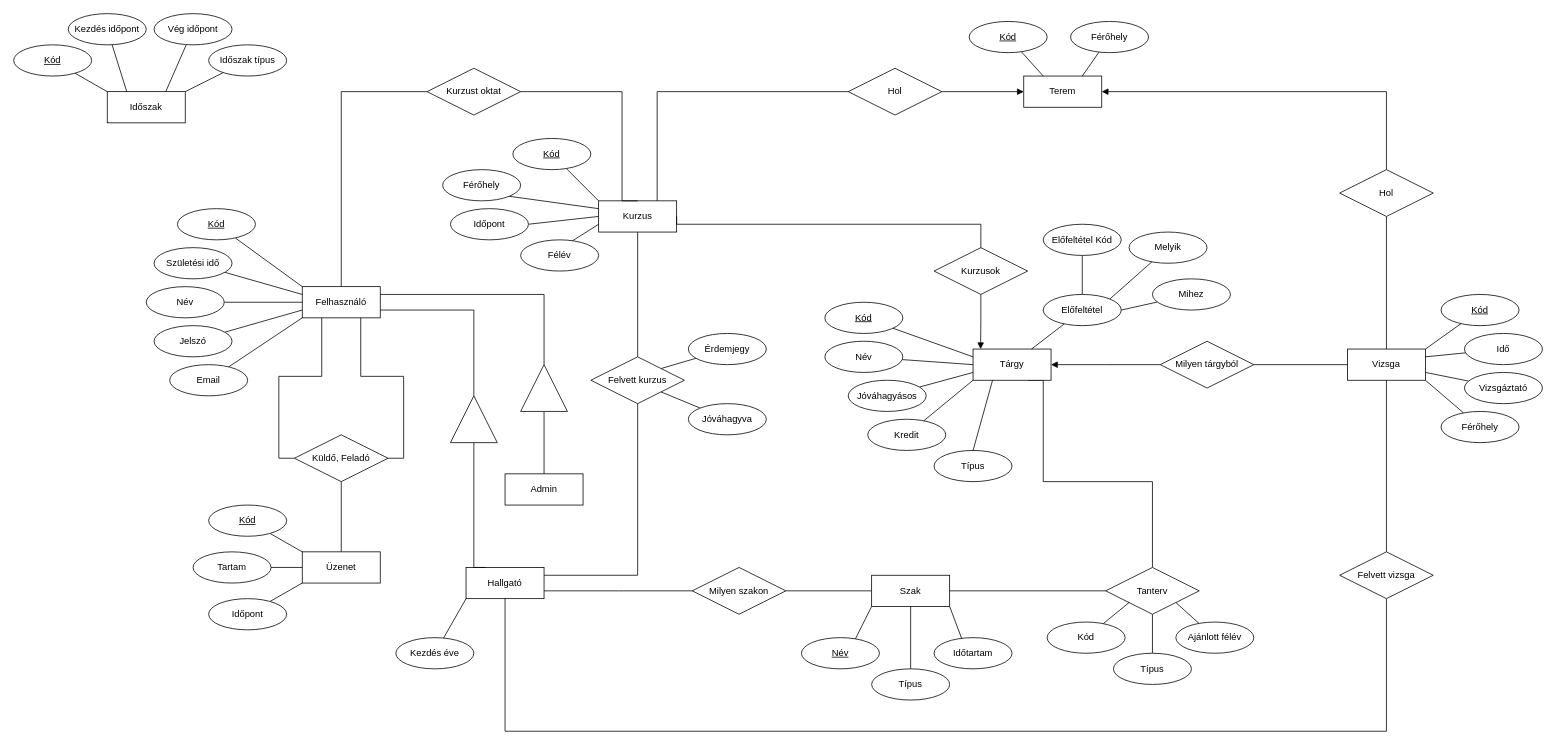
SzoDavid/murica keeps this draw.io diagram as ssadm/EK_diagram.drawio. Above is the earlier version. Source tidied: cells renumbered, new cells numbered last; positions are measured from the earlier drawing's top-left corner, leaving out a move shared by most shapes. Both pictures are drawn from the tidied source at 78%, with x=0, y=0 at pixel (13, 13).
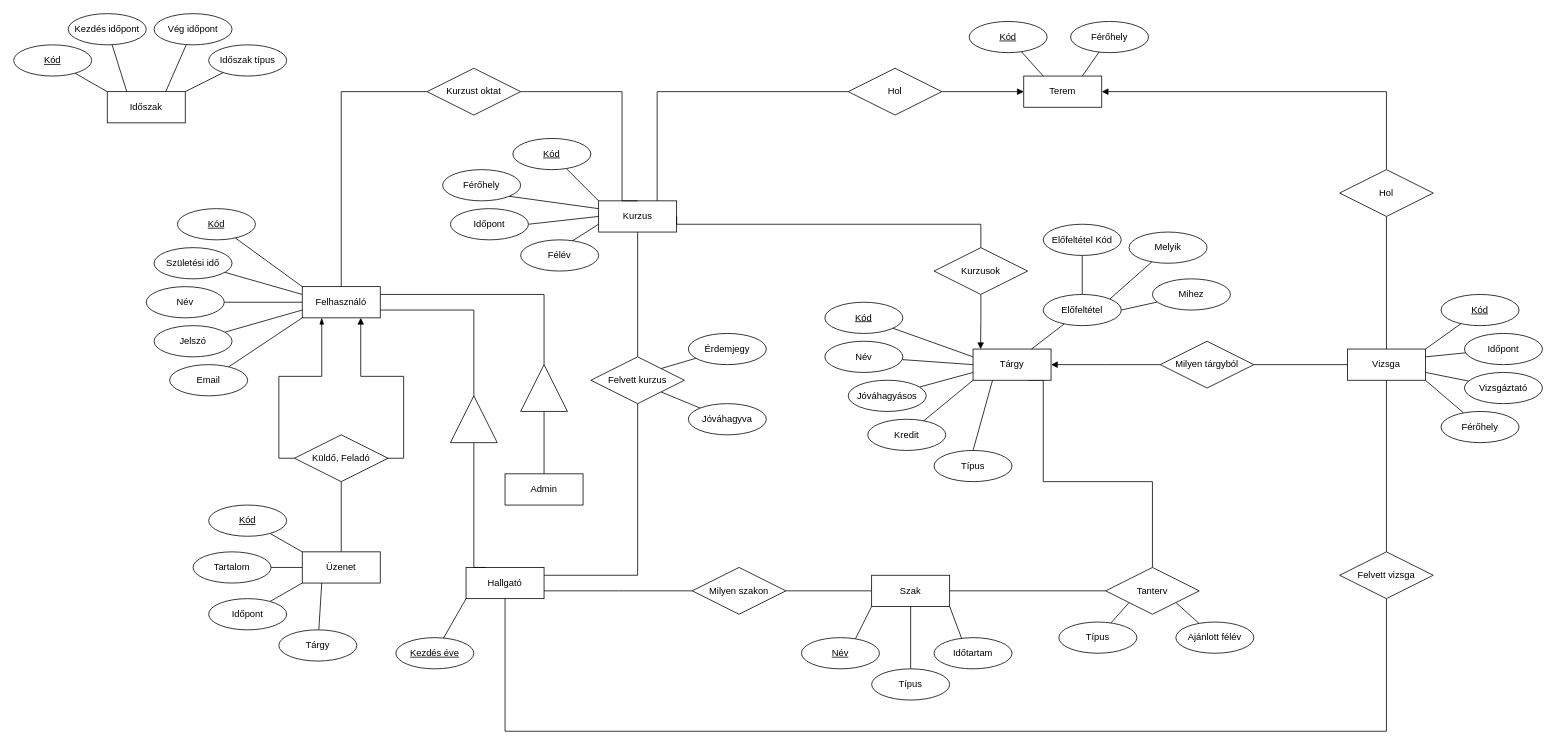
Above is the later version.

The change refers to these unchanged cells:
```xml
<mxCell id="2" value="Felhasználó" style="whiteSpace=wrap;html=1;align=center;strokeColor=default;verticalAlign=middle;fontFamily=Helvetica;fontSize=12;fontColor=default;fillColor=default;" parent="1" vertex="1">
  <mxGeometry x="370" y="350" width="100" height="40" as="geometry" />
</mxCell>
<mxCell id="99" value="Üzenet" style="whiteSpace=wrap;html=1;align=center;strokeColor=default;verticalAlign=middle;fontFamily=Helvetica;fontSize=12;fontColor=default;fillColor=default;" parent="1" vertex="1">
  <mxGeometry x="370" y="690" width="100" height="40" as="geometry" />
</mxCell>
<mxCell id="102" value="Küldő, Feladó" style="shape=rhombus;perimeter=rhombusPerimeter;whiteSpace=wrap;html=1;align=center;strokeColor=default;verticalAlign=middle;fontFamily=Helvetica;fontSize=12;fontColor=default;fillColor=default;" parent="1" vertex="1">
  <mxGeometry x="360" y="540" width="120" height="60" as="geometry" />
</mxCell>
<mxCell id="122" value="Tanterv" style="shape=rhombus;perimeter=rhombusPerimeter;whiteSpace=wrap;html=1;align=center;" parent="1" vertex="1">
  <mxGeometry x="1400" y="710" width="120" height="60" as="geometry" />
</mxCell>
```

Diff of the diagram source:
```diff
@@
-    <mxCell id="19" value="Kezdés éve" style="ellipse;whiteSpace=wrap;html=1;align=center;strokeColor=default;verticalAlign=middle;fontFamily=Helvetica;fontSize=12;fontColor=default;fillColor=default;" parent="1" vertex="1">
+    <mxCell id="19" value="Kezdés éve" style="ellipse;whiteSpace=wrap;html=1;align=center;strokeColor=default;verticalAlign=middle;fontFamily=Helvetica;fontSize=12;fontColor=default;fillColor=default;fontStyle=4;" parent="1" vertex="1">
       <mxGeometry x="490" y="800" width="100" height="40" as="geometry" />
     </mxCell>
@@
-    <mxCell id="33" style="rounded=0;jettySize=auto;html=1;entryX=0.5;entryY=1;entryDx=0;entryDy=0;fontFamily=Helvetica;fontSize=12;fontColor=default;endArrow=none;endFill=0;" parent="1" edge="1" source="34" target="122">
+    <mxCell id="33" style="rounded=0;jettySize=auto;html=1;entryX=0;entryY=1;entryDx=0;entryDy=0;fontFamily=Helvetica;fontSize=12;fontColor=default;endArrow=none;endFill=0;" parent="1" edge="1" source="34" target="122">
       <mxGeometry relative="1" as="geometry" />
     </mxCell>
     <mxCell id="34" value="Típus" style="ellipse;whiteSpace=wrap;html=1;align=center;strokeColor=default;verticalAlign=middle;fontFamily=Helvetica;fontSize=12;fontColor=default;fillColor=default;" parent="1" vertex="1">
-      <mxGeometry x="1410" y="820" width="100" height="40" as="geometry" />
+      <mxGeometry x="1340" y="780" width="100" height="40" as="geometry" />
     </mxCell>
@@
-    <mxCell id="91" value="Idő" style="ellipse;whiteSpace=wrap;html=1;align=center;strokeColor=default;verticalAlign=middle;fontFamily=Helvetica;fontSize=12;fontColor=default;fillColor=default;" parent="1" vertex="1">
+    <mxCell id="91" value="Időpont" style="ellipse;whiteSpace=wrap;html=1;align=center;strokeColor=default;verticalAlign=middle;fontFamily=Helvetica;fontSize=12;fontColor=default;fillColor=default;" parent="1" vertex="1">
       <mxGeometry x="1860" y="410" width="100" height="40" as="geometry" />
     </mxCell>
@@
-    <mxCell id="100" style="edgeStyle=orthogonalEdgeStyle;rounded=0;jettySize=auto;html=1;entryX=0.25;entryY=1;entryDx=0;entryDy=0;fontFamily=Helvetica;fontSize=12;fontColor=default;exitX=0;exitY=0.5;exitDx=0;exitDy=0;endArrow=none;endFill=0;" parent="1" edge="1" source="102" target="2">
+    <mxCell id="100" style="edgeStyle=orthogonalEdgeStyle;rounded=0;jettySize=auto;html=1;entryX=0.25;entryY=1;entryDx=0;entryDy=0;fontFamily=Helvetica;fontSize=12;fontColor=default;exitX=0;exitY=0.5;exitDx=0;exitDy=0;endArrow=blockThin;endFill=1;" parent="1" edge="1" source="102" target="2">
       <mxGeometry relative="1" as="geometry" />
     </mxCell>
-    <mxCell id="101" style="edgeStyle=orthogonalEdgeStyle;rounded=0;jettySize=auto;html=1;entryX=0.75;entryY=1;entryDx=0;entryDy=0;fontFamily=Helvetica;fontSize=12;fontColor=default;exitX=1;exitY=0.5;exitDx=0;exitDy=0;endArrow=none;endFill=0;" parent="1" edge="1" source="102" target="2">
+    <mxCell id="101" style="edgeStyle=orthogonalEdgeStyle;rounded=0;jettySize=auto;html=1;entryX=0.75;entryY=1;entryDx=0;entryDy=0;fontFamily=Helvetica;fontSize=12;fontColor=default;exitX=1;exitY=0.5;exitDx=0;exitDy=0;endArrow=block;endFill=1;" parent="1" edge="1" source="102" target="2">
       <mxGeometry relative="1" as="geometry" />
     </mxCell>
@@
-    <mxCell id="104" value="Tartam" style="ellipse;whiteSpace=wrap;html=1;align=center;strokeColor=default;verticalAlign=middle;fontFamily=Helvetica;fontSize=12;fontColor=default;fillColor=default;" parent="1" vertex="1">
+    <mxCell id="104" value="Tartalom" style="ellipse;whiteSpace=wrap;html=1;align=center;strokeColor=default;verticalAlign=middle;fontFamily=Helvetica;fontSize=12;fontColor=default;fillColor=default;" parent="1" vertex="1">
       <mxGeometry x="230" y="690" width="100" height="40" as="geometry" />
     </mxCell>
@@
-    <mxCell id="123" style="rounded=0;jettySize=auto;html=1;entryX=0;entryY=1;entryDx=0;entryDy=0;endArrow=none;endFill=0;" parent="1" edge="1" source="124" target="122">
-      <mxGeometry relative="1" as="geometry" />
-    </mxCell>
-    <mxCell id="124" value="Kód" style="ellipse;whiteSpace=wrap;html=1;align=center;" parent="1" vertex="1">
-      <mxGeometry x="1325" y="780" width="100" height="40" as="geometry" />
-    </mxCell>
@@
+    <mxCell id="129" style="rounded=0;jettySize=auto;html=1;entryX=0.25;entryY=1;entryDx=0;entryDy=0;endArrow=none;endFill=0;" parent="1" edge="1" source="130" target="99">
+      <mxGeometry relative="1" as="geometry" />
+    </mxCell>
+    <mxCell id="130" value="Tárgy" style="ellipse;whiteSpace=wrap;html=1;align=center;" parent="1" vertex="1">
+      <mxGeometry x="340" y="790" width="100" height="40" as="geometry" />
+    </mxCell>
```
